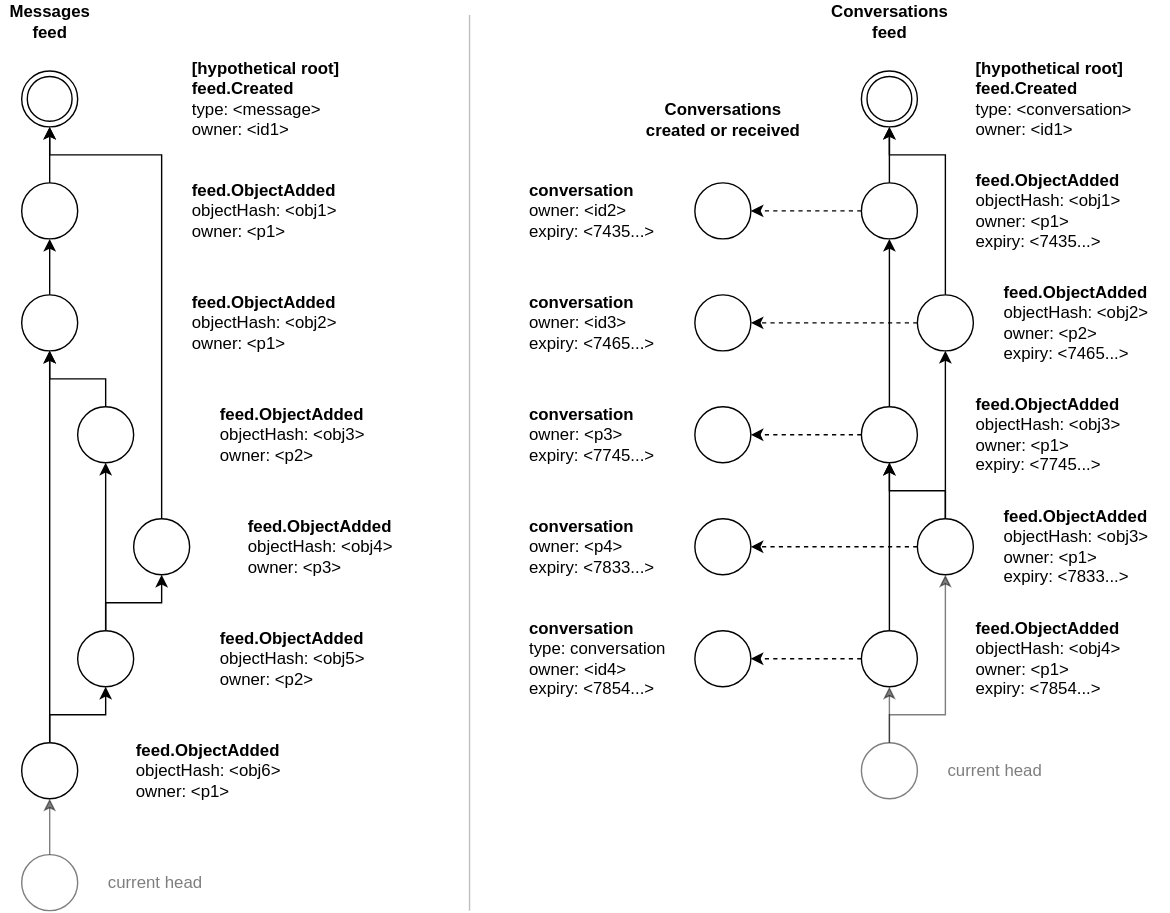
Above: docs/proposals/np004-feed.drawio.svg in nimona/go-nimona (draw.io), before the change. Source tidied: cells renumbered, new cells last; positions are measured from the earlier drawing's top-left corner, leaving out a move shared by most shapes.
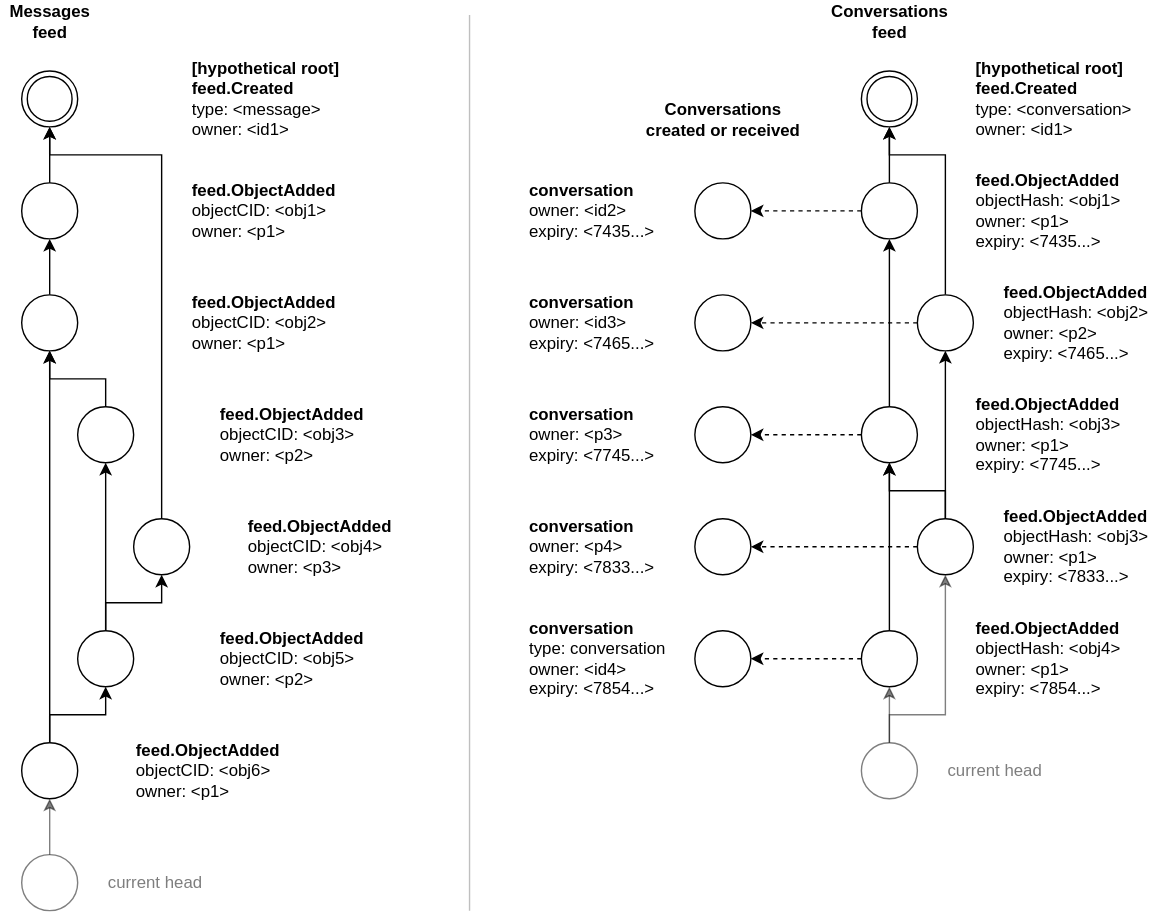
After the commit.

Commit message:
chore(proposals): update feed graph to use CIDs

Diff of the diagram source:
```diff
@@ -186,22 +186,22 @@
     <mxCell id="56" style="ellipse;whiteSpace=wrap;html=1;" parent="1" vertex="1">
       <mxGeometry x="15" y="530" width="40" height="40" as="geometry" />
     </mxCell>
-    <mxCell id="57" value="&lt;b&gt;feed.ObjectAdded&lt;/b&gt;&lt;br&gt;objectHash: &amp;lt;obj1&amp;gt;&lt;br&gt;owner: &amp;lt;p1&amp;gt;" style="text;html=1;align=left;verticalAlign=middle;" parent="1" vertex="1">
+    <mxCell id="57" value="&lt;b&gt;feed.ObjectAdded&lt;/b&gt;&lt;br&gt;objectCID: &amp;lt;obj1&amp;gt;&lt;br&gt;owner: &amp;lt;p1&amp;gt;" style="text;html=1;align=left;verticalAlign=middle;" parent="1" vertex="1">
       <mxGeometry x="135" y="125" width="120" height="50" as="geometry" />
     </mxCell>
-    <mxCell id="58" value="&lt;b&gt;feed.ObjectAdded&lt;/b&gt;&lt;br&gt;objectHash: &amp;lt;obj2&amp;gt;&lt;br&gt;owner: &amp;lt;p1&amp;gt;" style="text;html=1;align=left;verticalAlign=middle;" parent="1" vertex="1">
+    <mxCell id="58" value="&lt;b&gt;feed.ObjectAdded&lt;/b&gt;&lt;br&gt;objectCID: &amp;lt;obj2&amp;gt;&lt;br&gt;owner: &amp;lt;p1&amp;gt;" style="text;html=1;align=left;verticalAlign=middle;" parent="1" vertex="1">
       <mxGeometry x="135" y="205" width="120" height="50" as="geometry" />
     </mxCell>
-    <mxCell id="59" value="&lt;b&gt;feed.ObjectAdded&lt;/b&gt;&lt;br&gt;objectHash: &amp;lt;obj3&amp;gt;&lt;br&gt;owner: &amp;lt;p2&amp;gt;" style="text;html=1;align=left;verticalAlign=middle;" parent="1" vertex="1">
+    <mxCell id="59" value="&lt;b&gt;feed.ObjectAdded&lt;/b&gt;&lt;br&gt;objectCID: &amp;lt;obj3&amp;gt;&lt;br&gt;owner: &amp;lt;p2&amp;gt;" style="text;html=1;align=left;verticalAlign=middle;" parent="1" vertex="1">
       <mxGeometry x="155" y="285" width="120" height="50" as="geometry" />
     </mxCell>
-    <mxCell id="60" value="&lt;b&gt;feed.ObjectAdded&lt;/b&gt;&lt;br&gt;objectHash: &amp;lt;obj4&amp;gt;&lt;br&gt;owner: &amp;lt;p3&amp;gt;" style="text;html=1;align=left;verticalAlign=middle;" parent="1" vertex="1">
+    <mxCell id="60" value="&lt;b&gt;feed.ObjectAdded&lt;/b&gt;&lt;br&gt;objectCID: &amp;lt;obj4&amp;gt;&lt;br&gt;owner: &amp;lt;p3&amp;gt;" style="text;html=1;align=left;verticalAlign=middle;" parent="1" vertex="1">
       <mxGeometry x="175" y="365" width="120" height="50" as="geometry" />
     </mxCell>
-    <mxCell id="61" value="&lt;b&gt;feed.ObjectAdded&lt;/b&gt;&lt;br&gt;objectHash: &amp;lt;obj5&amp;gt;&lt;br&gt;owner: &amp;lt;p2&amp;gt;" style="text;html=1;align=left;verticalAlign=middle;" parent="1" vertex="1">
+    <mxCell id="61" value="&lt;b&gt;feed.ObjectAdded&lt;/b&gt;&lt;br&gt;objectCID: &amp;lt;obj5&amp;gt;&lt;br&gt;owner: &amp;lt;p2&amp;gt;" style="text;html=1;align=left;verticalAlign=middle;" parent="1" vertex="1">
       <mxGeometry x="155" y="445" width="120" height="50" as="geometry" />
     </mxCell>
-    <mxCell id="62" value="&lt;b&gt;feed.ObjectAdded&lt;/b&gt;&lt;br&gt;objectHash: &amp;lt;obj6&amp;gt;&lt;br&gt;owner: &amp;lt;p1&amp;gt;" style="text;html=1;align=left;verticalAlign=middle;" parent="1" vertex="1">
+    <mxCell id="62" value="&lt;b&gt;feed.ObjectAdded&lt;/b&gt;&lt;br&gt;objectCID: &amp;lt;obj6&amp;gt;&lt;br&gt;owner: &amp;lt;p1&amp;gt;" style="text;html=1;align=left;verticalAlign=middle;" parent="1" vertex="1">
       <mxGeometry x="95" y="525" width="120" height="50" as="geometry" />
     </mxCell>
     <mxCell id="63" style="edgeStyle=orthogonalEdgeStyle;rounded=0;jettySize=auto;html=1;entryX=0.5;entryY=1;entryDx=0;entryDy=0;opacity=50;" parent="1" edge="1" source="64" target="56">
```
